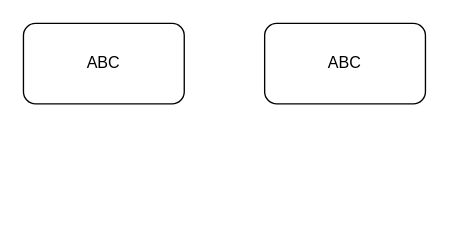
This is frame/未命名绘图.drawio from newby1/drawio, a draw.io file, before an edit. Source tidied: cells renumbered, new cells numbered last; positions are measured from the earlier drawing's top-left corner, leaving out a move shared by most shapes. Both pictures are drawn from the tidied source at 134%, with x=0, y=0 at pixel (23, 23).
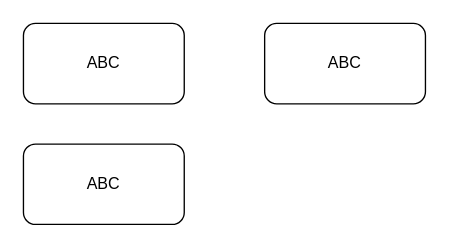
The same page after the edit.

Change to the diagram source:
```diff
@@
 <mxGraphModel>
   <root>
     <mxCell id="0" />
     <mxCell id="1" parent="0" />
     <mxCell id="2" value="ABC" style="rounded=1;whiteSpace=wrap;html=1;" parent="1" vertex="1">
       <mxGeometry width="120" height="60" as="geometry" />
     </mxCell>
     <mxCell id="3" value="ABC" style="rounded=1;whiteSpace=wrap;html=1;" parent="1" vertex="1">
       <mxGeometry x="180" width="120" height="60" as="geometry" />
     </mxCell>
+    <mxCell id="4" value="ABC" style="rounded=1;whiteSpace=wrap;html=1;" parent="1" vertex="1">
+      <mxGeometry y="90" width="120" height="60" as="geometry" />
+    </mxCell>
   </root>
 </mxGraphModel>
```
